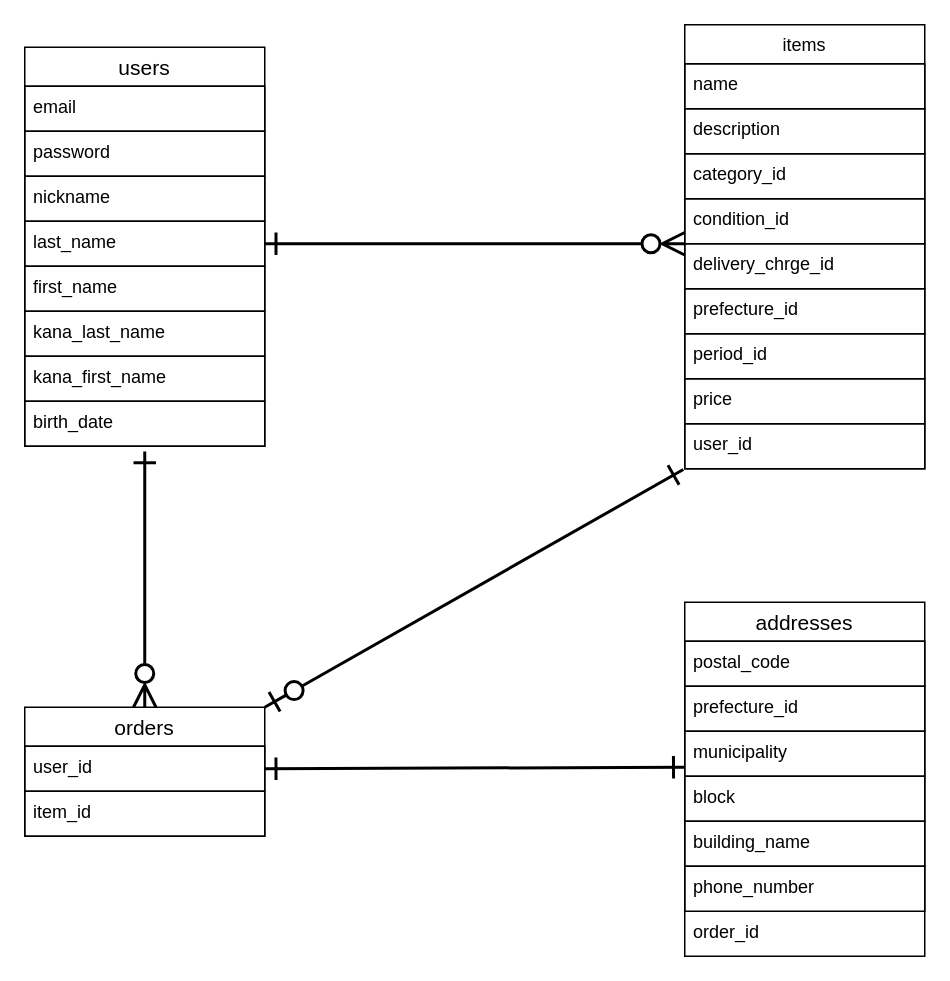
Earlier version of the draw.io diagram ER.dio (shun-09/furima-39851). Source tidied: cells renumbered, new cells numbered last; positions are measured from the earlier drawing's top-left corner, leaving out a move shared by most shapes. Both pictures are drawn from the tidied source at 150%, with x=0, y=0 at pixel (24, 24).
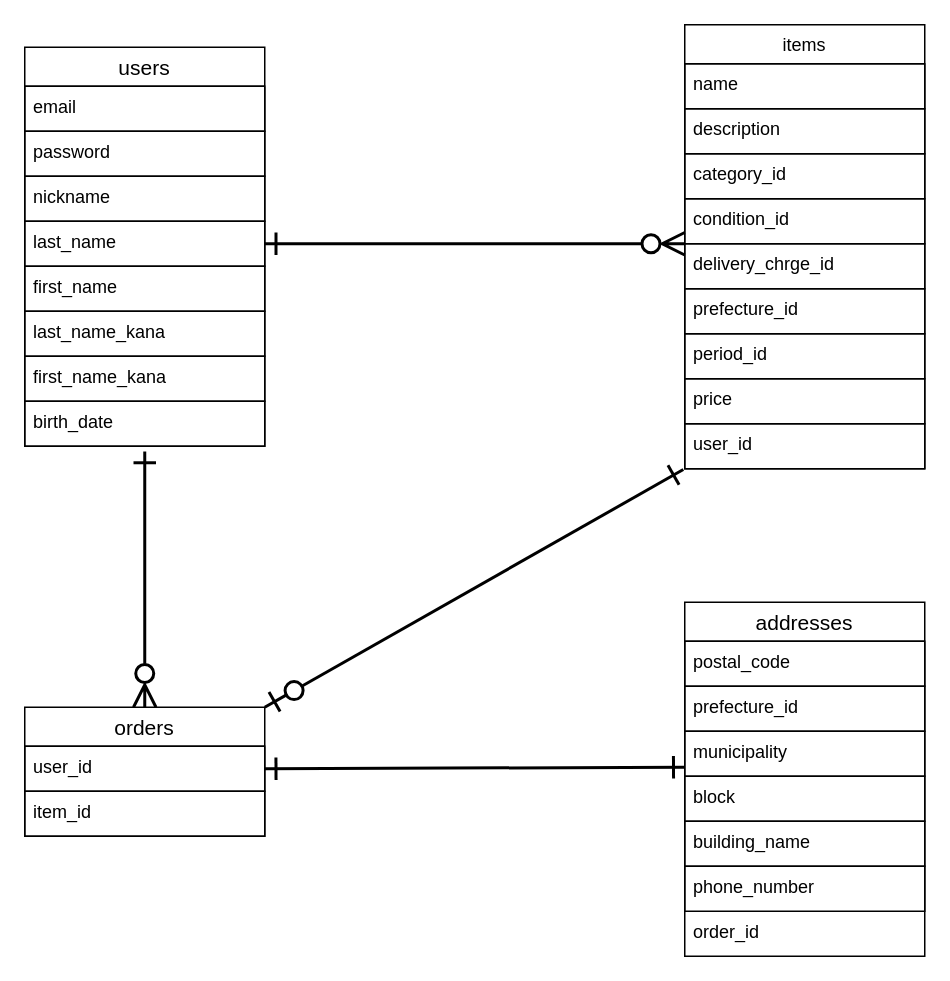
The same page after the edit.

Unchanged cells that the change refers to:
```xml
<mxCell id="2" value="users" style="swimlane;fontStyle=0;horizontal=1;startSize=26;align=center;fontSize=14;" parent="1" vertex="1">
  <mxGeometry y="15" width="160" height="266" as="geometry" />
</mxCell>
```

The edit, as a diff of the source:
```diff
@@
-    <mxCell id="8" value="kana_last_name" style="text;strokeColor=default;fillColor=none;spacingLeft=4;spacingRight=4;overflow=hidden;fontSize=12;" parent="2" vertex="1">
+    <mxCell id="8" value="last_name_kana" style="text;strokeColor=default;fillColor=none;spacingLeft=4;spacingRight=4;overflow=hidden;fontSize=12;" parent="2" vertex="1">
       <mxGeometry y="176" width="160" height="30" as="geometry" />
     </mxCell>
-    <mxCell id="9" value="kana_first_name" style="text;strokeColor=default;fillColor=none;spacingLeft=4;spacingRight=4;overflow=hidden;fontSize=12;" parent="2" vertex="1">
+    <mxCell id="9" value="first_name_kana" style="text;strokeColor=default;fillColor=none;spacingLeft=4;spacingRight=4;overflow=hidden;fontSize=12;" parent="2" vertex="1">
       <mxGeometry y="206" width="160" height="30" as="geometry" />
     </mxCell>
```
